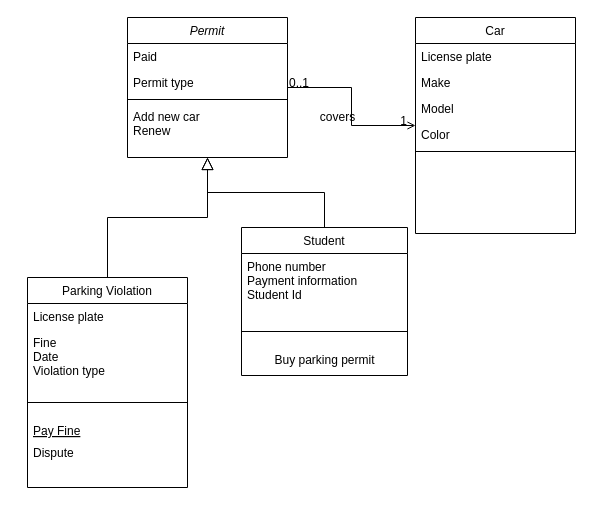
Above: SoftSci4_class.drawio in MigLyons/Draw.io (draw.io), before the change. Source tidied: cells renumbered, new cells numbered last; positions are measured from the earlier drawing's top-left corner, leaving out a move shared by most shapes. Both pictures are drawn from the tidied source at 100%, with x=0, y=0 at pixel (27, 17).
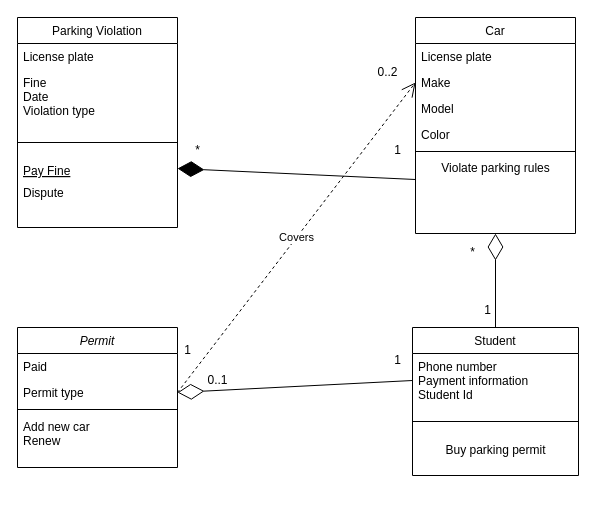
Above is the later version.

Unchanged cells that the change refers to:
```xml
<mxCell id="4" value="Permit type" style="text;align=left;verticalAlign=top;spacingLeft=4;spacingRight=4;overflow=hidden;points=[[0,0.5],[1,0.5]];portConstraint=eastwest;rounded=0;shadow=0;html=0;" parent="2" vertex="1">
  <mxGeometry y="52" width="160" height="26" as="geometry" />
</mxCell>
<mxCell id="11" value="Pay Fine" style="text;align=left;verticalAlign=top;spacingLeft=4;spacingRight=4;overflow=hidden;points=[[0,0.5],[1,0.5]];portConstraint=eastwest;fontStyle=4;" parent="7" vertex="1">
  <mxGeometry y="140" width="160" height="22" as="geometry" />
</mxCell>
<mxCell id="19" value="Car" style="swimlane;fontStyle=0;align=center;verticalAlign=top;horizontal=1;startSize=26;rounded=0;shadow=0;strokeWidth=1;" parent="1" vertex="1">
  <mxGeometry x="388" width="160" height="216" as="geometry" />
</mxCell>
<mxCell id="21" value="Make" style="text;align=left;verticalAlign=top;spacingLeft=4;spacingRight=4;overflow=hidden;points=[[0,0.5],[1,0.5]];portConstraint=eastwest;rounded=0;shadow=0;html=0;" parent="19" vertex="1">
  <mxGeometry y="52" width="160" height="26" as="geometry" />
</mxCell>
```

Diff of the diagram source:
```diff
@@
     <mxCell id="2" value="Permit" style="swimlane;fontStyle=2;align=center;verticalAlign=top;horizontal=1;startSize=26;rounded=0;shadow=0;strokeWidth=1;" parent="1" vertex="1">
-      <mxGeometry x="100" width="160" height="140" as="geometry" />
+      <mxGeometry x="-10" y="310" width="160" height="140" as="geometry" />
     </mxCell>
@@
     <mxCell id="7" value="Parking Violation" style="swimlane;fontStyle=0;align=center;verticalAlign=top;horizontal=1;startSize=26;rounded=0;shadow=0;strokeWidth=1;" parent="1" vertex="1">
-      <mxGeometry y="260" width="160" height="210" as="geometry" />
+      <mxGeometry x="-10" width="160" height="210" as="geometry" />
     </mxCell>
@@
     <mxCell id="12" value="Dispute" style="text;align=left;verticalAlign=top;spacingLeft=4;spacingRight=4;overflow=hidden;" parent="7" vertex="1">
-      <mxGeometry y="162" width="160" height="48" as="geometry" />
+      <mxGeometry y="162" width="160" height="28" as="geometry" />
     </mxCell>
-    <mxCell id="13" style="endArrow=block;endSize=10;endFill=0;shadow=0;strokeWidth=1;rounded=0;curved=0;edgeStyle=elbowEdgeStyle;elbow=vertical;" parent="1" edge="1" source="7" target="2">
-      <mxGeometry relative="1" as="geometry" />
-    </mxCell>
     <mxCell id="14" value="Student" style="swimlane;fontStyle=0;align=center;verticalAlign=top;horizontal=1;startSize=26;rounded=0;shadow=0;strokeWidth=1;" parent="1" vertex="1">
-      <mxGeometry x="214" y="210" width="166" height="148" as="geometry" />
+      <mxGeometry x="385" y="310" width="166" height="148" as="geometry" />
     </mxCell>
     <mxCell id="15" value="Phone number&#10;Payment information&#10;Student Id&#10;" style="text;align=left;verticalAlign=top;spacingLeft=4;spacingRight=4;overflow=hidden;points=[[0,0.5],[1,0.5]];portConstraint=eastwest;" parent="14" vertex="1">
-      <mxGeometry y="26" width="166" height="64" as="geometry" />
+      <mxGeometry y="26" width="166" height="54" as="geometry" />
     </mxCell>
     <mxCell id="16" value="&lt;div&gt;&lt;br&gt;&lt;/div&gt;&lt;div&gt;&lt;br&gt;&lt;/div&gt;" style="line;html=1;strokeWidth=1;align=left;verticalAlign=middle;spacingTop=-1;spacingLeft=3;spacingRight=3;labelPosition=right;" parent="14" vertex="1">
-      <mxGeometry y="90" width="166" height="28" as="geometry" />
+      <mxGeometry y="80" width="166" height="28" as="geometry" />
     </mxCell>
     <mxCell id="17" value="Buy parking permit" style="text;html=1;align=center;verticalAlign=middle;strokeColor=none;fillColor=none;" parent="14" vertex="1">
-      <mxGeometry y="118" width="166" height="30" as="geometry" />
+      <mxGeometry y="108" width="166" height="30" as="geometry" />
     </mxCell>
-    <mxCell id="18" style="endArrow=block;endSize=10;endFill=0;shadow=0;strokeWidth=1;rounded=0;curved=0;edgeStyle=elbowEdgeStyle;elbow=vertical;" parent="1" edge="1" source="14" target="2">
-      <mxGeometry relative="1" as="geometry" />
-    </mxCell>
@@
-    <mxCell id="25" style="endArrow=open;shadow=0;strokeWidth=1;rounded=0;curved=0;endFill=1;edgeStyle=elbowEdgeStyle;elbow=horizontal;" parent="1" edge="1" source="2" target="19">
-      <mxGeometry x="0.5" y="41" relative="1" as="geometry">
-        <mxPoint x="-40" y="32" as="offset" />
-      </mxGeometry>
-    </mxCell>
+    <mxCell id="29" value="&lt;div&gt;Violate parking rules&lt;/div&gt;&lt;div&gt;&lt;br&gt;&lt;/div&gt;" style="text;html=1;align=center;verticalAlign=middle;strokeColor=none;fillColor=none;" parent="19" vertex="1">
+      <mxGeometry y="138" width="160" height="40" as="geometry" />
+    </mxCell>
+    <mxCell id="30" value="Covers" style="endArrow=open;endSize=12;dashed=1;html=1;rounded=0;exitX=1;exitY=0.5;exitDx=0;exitDy=0;entryX=0;entryY=0.5;entryDx=0;entryDy=0;" parent="1" edge="1" source="4" target="21">
+      <mxGeometry relative="1" as="geometry" />
+    </mxCell>
+    <mxCell id="31" style="endArrow=diamondThin;endFill=0;endSize=24;html=1;rounded=0;exitX=0.5;exitY=0;exitDx=0;exitDy=0;entryX=0.5;entryY=1;entryDx=0;entryDy=0;" parent="1" edge="1" source="14" target="19">
+      <mxGeometry relative="1" as="geometry" />
+    </mxCell>
+    <mxCell id="32" style="endArrow=diamondThin;endFill=0;endSize=24;html=1;rounded=0;exitX=0;exitY=0.5;exitDx=0;exitDy=0;entryX=1;entryY=0.5;entryDx=0;entryDy=0;" parent="1" edge="1" source="15" target="4">
+      <mxGeometry relative="1" as="geometry" />
+    </mxCell>
+    <mxCell id="33" style="endArrow=diamondThin;endFill=1;endSize=24;html=1;rounded=0;exitX=0;exitY=0.75;exitDx=0;exitDy=0;entryX=1;entryY=0.5;entryDx=0;entryDy=0;" parent="1" edge="1" source="19" target="11">
+      <mxGeometry relative="1" as="geometry" />
+    </mxCell>
+    <mxCell id="34" value="1" style="text;html=1;align=center;verticalAlign=middle;strokeColor=none;fillColor=none;" parent="1" vertex="1">
+      <mxGeometry x="445" y="278" width="30" height="30" as="geometry" />
+    </mxCell>
+    <mxCell id="35" value="*" style="text;html=1;align=center;verticalAlign=middle;strokeColor=none;fillColor=none;" parent="1" vertex="1">
+      <mxGeometry x="430" y="220" width="30" height="30" as="geometry" />
+    </mxCell>
+    <mxCell id="36" value="1" style="text;html=1;align=center;verticalAlign=middle;strokeColor=none;fillColor=none;" parent="1" vertex="1">
+      <mxGeometry x="355" y="118" width="30" height="30" as="geometry" />
+    </mxCell>
+    <mxCell id="37" value="*" style="text;html=1;align=center;verticalAlign=middle;strokeColor=none;fillColor=none;" parent="1" vertex="1">
+      <mxGeometry x="155" y="118" width="30" height="30" as="geometry" />
+    </mxCell>
+    <mxCell id="38" value="1" style="text;html=1;align=center;verticalAlign=middle;strokeColor=none;fillColor=none;" parent="1" vertex="1">
+      <mxGeometry x="145" y="318" width="30" height="30" as="geometry" />
+    </mxCell>
+    <mxCell id="39" value="0..2" style="text;html=1;align=center;verticalAlign=middle;strokeColor=none;fillColor=none;" parent="1" vertex="1">
+      <mxGeometry x="340" y="40" width="40" height="30" as="geometry" />
+    </mxCell>
+    <mxCell id="40" value="1" style="text;html=1;align=center;verticalAlign=middle;strokeColor=none;fillColor=none;" parent="1" vertex="1">
+      <mxGeometry x="355" y="328" width="30" height="30" as="geometry" />
+    </mxCell>
-    <mxCell id="26" value="0..1" style="align=left;verticalAlign=bottom;labelBackgroundColor=none;fontSize=12;" parent="25" vertex="1">
-      <mxGeometry x="-1" relative="1" as="geometry">
-        <mxPoint y="4" as="offset" />
-      </mxGeometry>
+    <mxCell id="26" value="0..1" style="text;html=1;align=center;verticalAlign=middle;strokeColor=none;fillColor=none;" parent="1" vertex="1">
+      <mxGeometry x="170" y="348" width="40" height="30" as="geometry" />
     </mxCell>
-    <mxCell id="27" value="1" style="align=right;verticalAlign=bottom;labelBackgroundColor=none;fontSize=12;" parent="25" vertex="1">
-      <mxGeometry x="1" relative="1" as="geometry">
-        <mxPoint x="-7" y="4" as="offset" />
-      </mxGeometry>
-    </mxCell>
-    <mxCell id="28" value="covers" style="text;html=1;align=center;verticalAlign=middle;labelBackgroundColor=none;rounded=0;shadow=0;strokeWidth=1;fontSize=12;" parent="25" vertex="1">
-      <mxGeometry x="0.5" y="49" relative="1" as="geometry">
-        <mxPoint x="-38" y="40" as="offset" />
-      </mxGeometry>
-    </mxCell>
```
